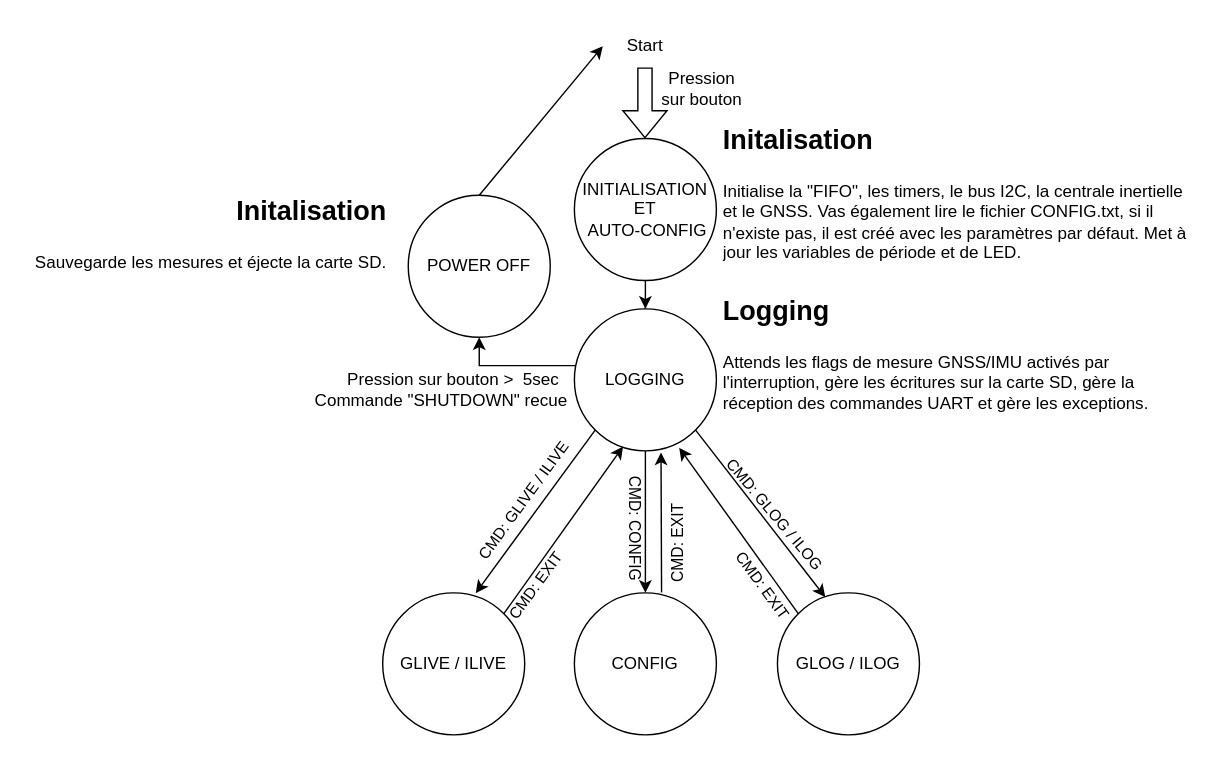
This is doc/references/schema_blocs/state_app.drawio from Ali-Z0/1924B_Miniaturized-Flight-Recorder, a draw.io file, before an edit. Source tidied: cells renumbered, new cells numbered last; positions are measured from the earlier drawing's top-left corner, leaving out a move shared by most shapes. Both pictures are drawn from the tidied source at 142%, with x=0, y=0 at pixel (24, 24).
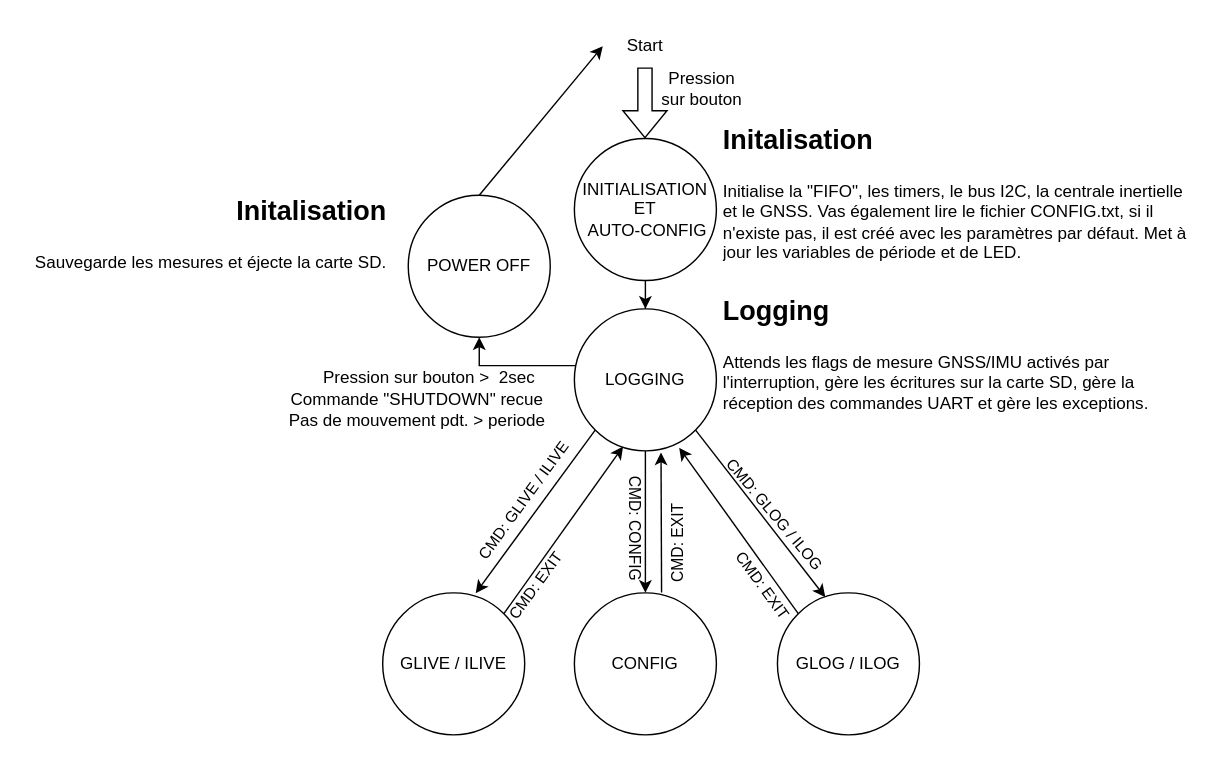
After the change.

What changed in the source:
```diff
@@
-    <mxCell id="13" value="Pression sur bouton &amp;gt;&amp;nbsp; 5sec" style="text;html=1;strokeColor=none;fillColor=none;align=center;verticalAlign=middle;whiteSpace=wrap;rounded=0;" parent="1" vertex="1">
-      <mxGeometry x="217" y="235" width="170" height="30" as="geometry" />
+    <mxCell id="13" value="Pression sur bouton &amp;gt;&amp;nbsp; 2sec" style="text;html=1;strokeColor=none;fillColor=none;align=center;verticalAlign=middle;whiteSpace=wrap;rounded=0;" parent="1" vertex="1">
+      <mxGeometry x="200" y="234" width="170" height="30" as="geometry" />
     </mxCell>
     <mxCell id="14" value="Commande &quot;SHUTDOWN&quot; recue" style="text;html=1;strokeColor=none;fillColor=none;align=center;verticalAlign=middle;whiteSpace=wrap;rounded=0;" parent="1" vertex="1">
-      <mxGeometry x="200" y="250" width="187" height="30" as="geometry" />
+      <mxGeometry x="183" y="249" width="187" height="30" as="geometry" />
     </mxCell>
@@
+    <mxCell id="31" value="Pas de mouvement pdt. &amp;gt; periode" style="text;html=1;strokeColor=none;fillColor=none;align=center;verticalAlign=middle;whiteSpace=wrap;rounded=0;" parent="1" vertex="1">
+      <mxGeometry x="183" y="264" width="187" height="30" as="geometry" />
+    </mxCell>
```
